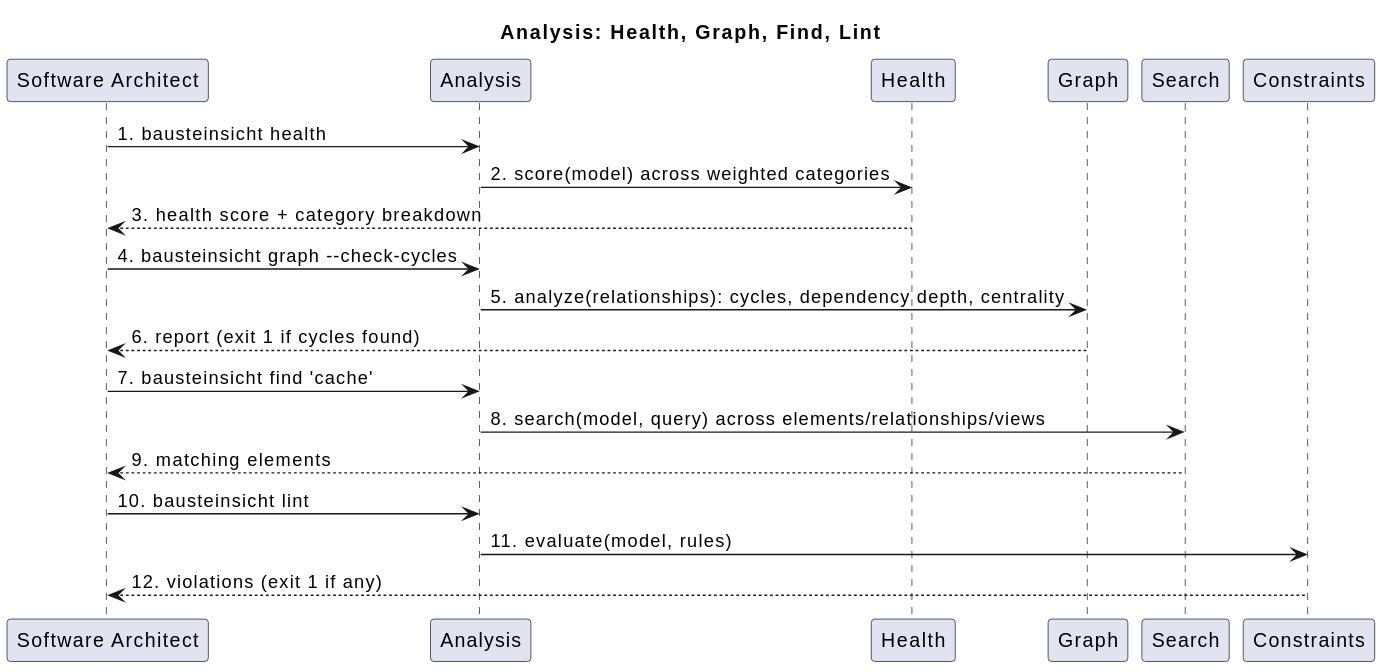
The PlantUML diagram src/docs/images/arc42/architecture-sequence-analysis-suite.svg in docToolchain/Bausteinsicht, before a commit.
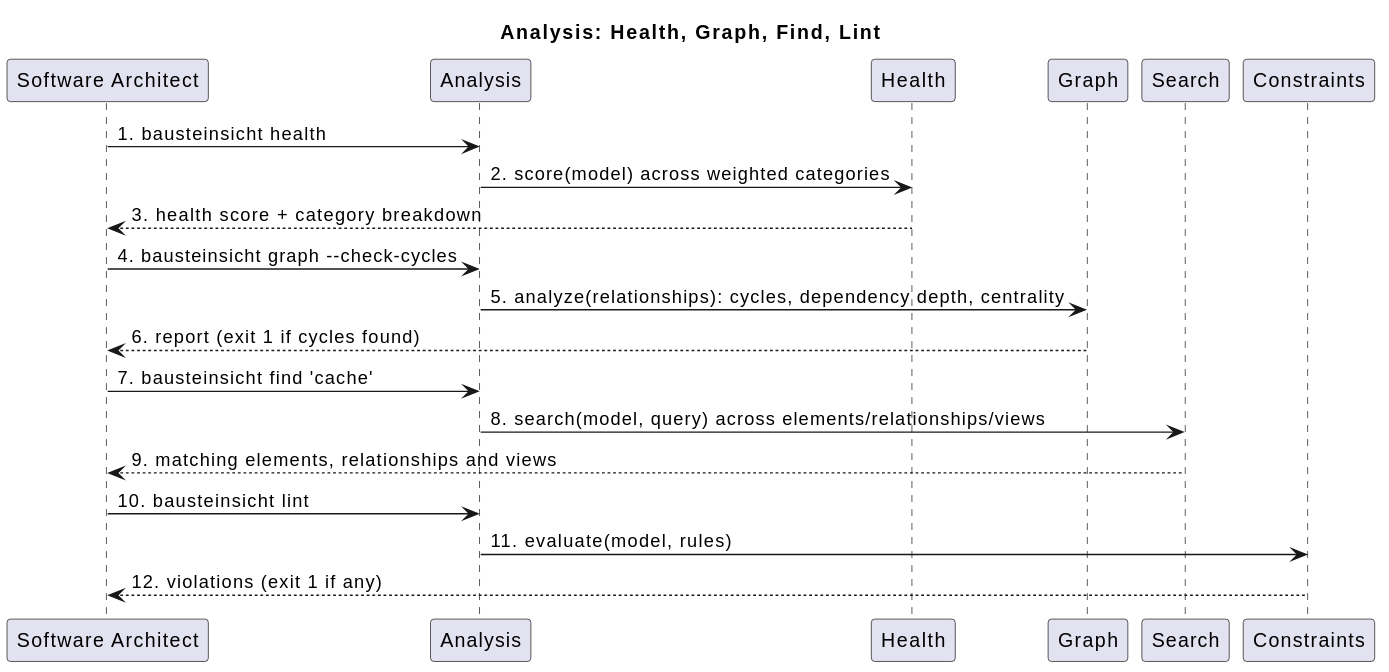
Above is the later version.

Commit message:
docs(arc42): label search relationships with all three result types

Diff of the diagram source:
```diff
@@ -16,7 +16,7 @@
 bausteinsicht_graph --> architect : 6. report (exit 1 if cycles found)
 architect -> bausteinsicht_cli_analysis : 7. bausteinsicht find 'cache'
 bausteinsicht_cli_analysis -> bausteinsicht_search : 8. search(model, query) across elements/relationships/views
-bausteinsicht_search --> architect : 9. matching elements
+bausteinsicht_search --> architect : 9. matching elements, relationships and views
 architect -> bausteinsicht_cli_analysis : 10. bausteinsicht lint
 bausteinsicht_cli_analysis -> bausteinsicht_constraints : 11. evaluate(model, rules)
 bausteinsicht_constraints --> architect : 12. violations (exit 1 if any)
```
